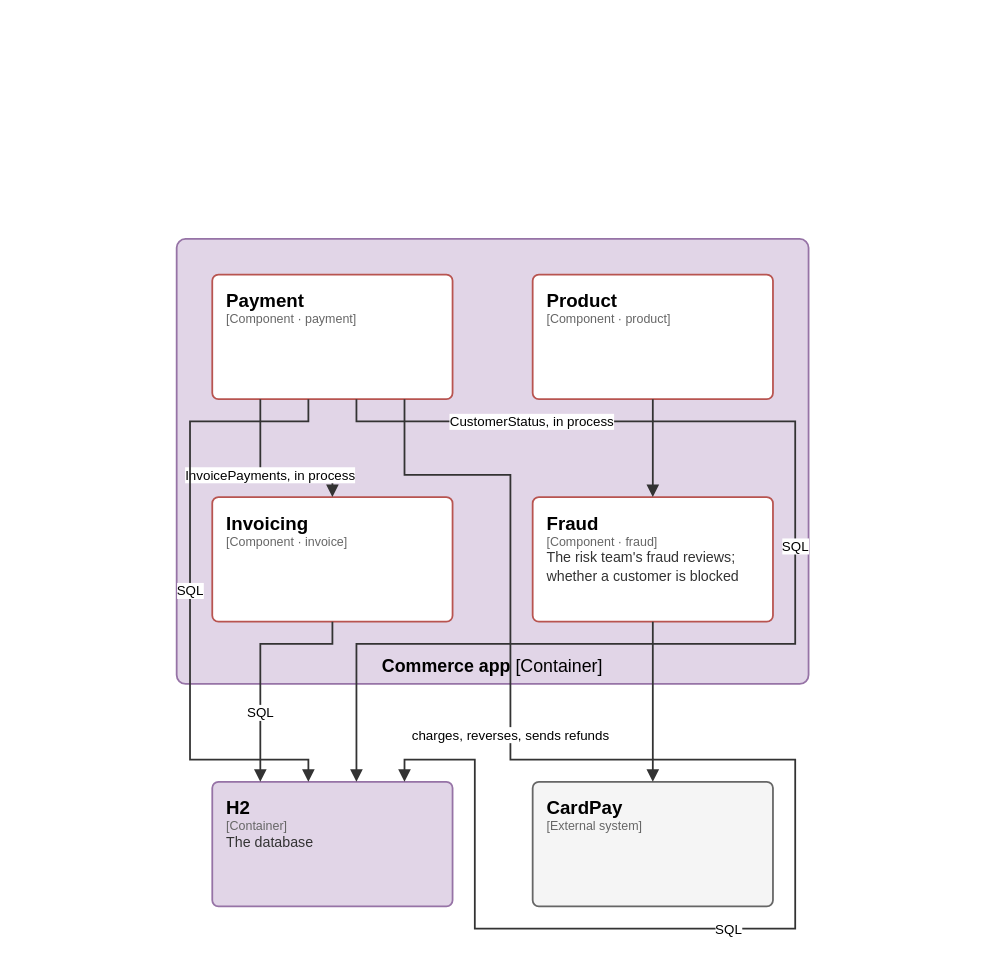
Above: page "C4 3 - Components of Commerce app" (3 of 7) of docs/architecture/c4.drawio in elie29/partition-commerce (draw.io), before the change. Source tidied: cells renumbered, new cells numbered last; positions are measured from the earlier drawing's top-left corner, leaving out a move shared by most shapes. Both pictures are drawn from the tidied source at 89%, with x=0, y=0 at pixel (176, 239).
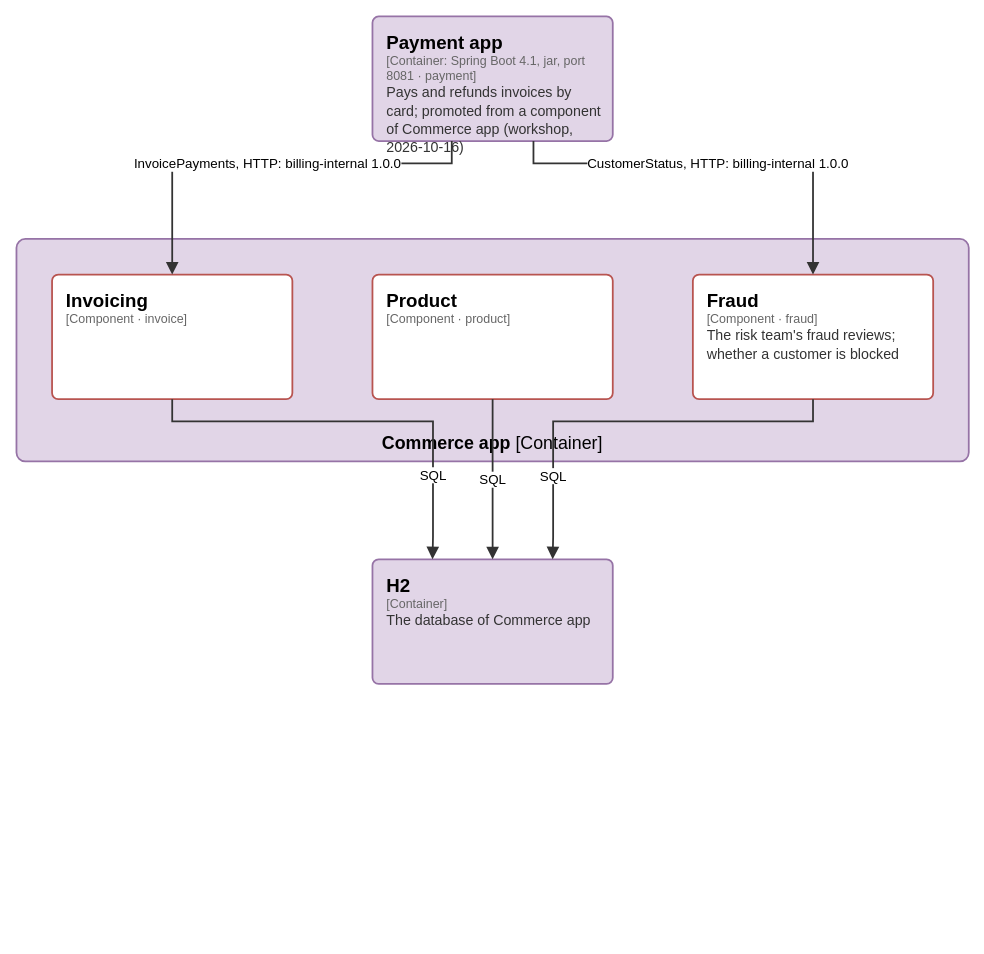
After the change.

Change to the diagram source:
```diff
@@
-    <mxCell id="2" value="&lt;b&gt;Commerce app&lt;/b&gt; [Container]" style="rounded=1;absoluteArcSize=1;arcSize=20;html=1;whiteSpace=wrap;fillColor=#e1d5e7;strokeColor=#9673a6;strokeWidth=2;fontFamily=IBM Plex Sans;fontSize=20;verticalAlign=bottom;spacingTop=6;spacingBottom=6;partition=uWRdhQlmVW;" parent="1" vertex="1">
-      <mxGeometry width="710" height="500" as="geometry" />
+    <mxCell id="2" value="&lt;b&gt;Commerce app&lt;/b&gt; [Container]" style="rounded=1;absoluteArcSize=1;arcSize=20;html=1;whiteSpace=wrap;fillColor=#e1d5e7;strokeColor=#9673a6;strokeWidth=2;fontFamily=IBM Plex Sans;fontSize=20;verticalAlign=bottom;spacingTop=6;spacingBottom=6;partition=_lTjD1yYoP;" parent="1" vertex="1">
+      <mxGeometry x="-180" width="1070" height="250" as="geometry" />
     </mxCell>
-    <mxCell id="3" value="&lt;span style=&quot;font-size:21px;font-weight:600;color:#000000&quot;&gt;Invoicing&lt;/span&gt;&lt;br&gt;&lt;span style=&quot;font-family:IBM Plex Mono;font-size:14px;color:#666666&quot;&gt;[Component · invoice]&lt;/span&gt;" style="rounded=1;absoluteArcSize=1;arcSize=14;html=1;whiteSpace=wrap;fillColor=#ffffff;strokeColor=#b85450;strokeWidth=2;fontFamily=IBM Plex Sans;align=left;verticalAlign=top;spacingLeft=14;spacingRight=10;spacingTop=10;partition=y_rMypuNCB;" parent="1" vertex="1">
-      <mxGeometry x="40" y="290" width="270" height="140" as="geometry" />
+    <mxCell id="3" value="&lt;span style=&quot;font-size:21px;font-weight:600;color:#000000&quot;&gt;Invoicing&lt;/span&gt;&lt;br&gt;&lt;span style=&quot;font-family:IBM Plex Mono;font-size:14px;color:#666666&quot;&gt;[Component · invoice]&lt;/span&gt;" style="rounded=1;absoluteArcSize=1;arcSize=14;html=1;whiteSpace=wrap;fillColor=#ffffff;strokeColor=#b85450;strokeWidth=2;fontFamily=IBM Plex Sans;align=left;verticalAlign=top;spacingLeft=14;spacingRight=10;spacingTop=10;partition=MpiWCou8A7;" parent="1" vertex="1">
+      <mxGeometry x="-140" y="40" width="270" height="140" as="geometry" />
     </mxCell>
-    <mxCell id="4" value="&lt;span style=&quot;font-size:21px;font-weight:600;color:#000000&quot;&gt;Payment&lt;/span&gt;&lt;br&gt;&lt;span style=&quot;font-family:IBM Plex Mono;font-size:14px;color:#666666&quot;&gt;[Component · payment]&lt;/span&gt;" style="rounded=1;absoluteArcSize=1;arcSize=14;html=1;whiteSpace=wrap;fillColor=#ffffff;strokeColor=#b85450;strokeWidth=2;fontFamily=IBM Plex Sans;align=left;verticalAlign=top;spacingLeft=14;spacingRight=10;spacingTop=10;partition=OoiQrNIVBC;" parent="1" vertex="1">
-      <mxGeometry x="40" y="40" width="270" height="140" as="geometry" />
-    </mxCell>
-    <mxCell id="5" value="&lt;span style=&quot;font-size:21px;font-weight:600;color:#000000&quot;&gt;Product&lt;/span&gt;&lt;br&gt;&lt;span style=&quot;font-family:IBM Plex Mono;font-size:14px;color:#666666&quot;&gt;[Component · product]&lt;/span&gt;" style="rounded=1;absoluteArcSize=1;arcSize=14;html=1;whiteSpace=wrap;fillColor=#ffffff;strokeColor=#b85450;strokeWidth=2;fontFamily=IBM Plex Sans;align=left;verticalAlign=top;spacingLeft=14;spacingRight=10;spacingTop=10;partition=eIuSdzb2dt;" parent="1" vertex="1">
-      <mxGeometry x="400" y="40" width="270" height="140" as="geometry" />
+    <mxCell id="5" value="&lt;span style=&quot;font-size:21px;font-weight:600;color:#000000&quot;&gt;Product&lt;/span&gt;&lt;br&gt;&lt;span style=&quot;font-family:IBM Plex Mono;font-size:14px;color:#666666&quot;&gt;[Component · product]&lt;/span&gt;" style="rounded=1;absoluteArcSize=1;arcSize=14;html=1;whiteSpace=wrap;fillColor=#ffffff;strokeColor=#b85450;strokeWidth=2;fontFamily=IBM Plex Sans;align=left;verticalAlign=top;spacingLeft=14;spacingRight=10;spacingTop=10;partition=rwtB4VHL-5;" parent="1" vertex="1">
+      <mxGeometry x="220" y="40" width="270" height="140" as="geometry" />
     </mxCell>
-    <mxCell id="6" value="&lt;span style=&quot;font-size:21px;font-weight:600;color:#000000&quot;&gt;Fraud&lt;/span&gt;&lt;br&gt;&lt;span style=&quot;font-family:IBM Plex Mono;font-size:14px;color:#666666&quot;&gt;[Component · fraud]&lt;/span&gt;&lt;br&gt;&lt;span style=&quot;font-size:16px;color:#333333;line-height:1.3&quot;&gt;The risk team&amp;#39;s fraud reviews; whether a customer is blocked&lt;/span&gt;" style="rounded=1;absoluteArcSize=1;arcSize=14;html=1;whiteSpace=wrap;fillColor=#ffffff;strokeColor=#b85450;strokeWidth=2;fontFamily=IBM Plex Sans;align=left;verticalAlign=top;spacingLeft=14;spacingRight=10;spacingTop=10;partition=90L3m2ZFFY;" parent="1" vertex="1">
-      <mxGeometry x="400" y="290" width="270" height="140" as="geometry" />
+    <mxCell id="6" value="&lt;span style=&quot;font-size:21px;font-weight:600;color:#000000&quot;&gt;Fraud&lt;/span&gt;&lt;br&gt;&lt;span style=&quot;font-family:IBM Plex Mono;font-size:14px;color:#666666&quot;&gt;[Component · fraud]&lt;/span&gt;&lt;br&gt;&lt;span style=&quot;font-size:16px;color:#333333;line-height:1.3&quot;&gt;The risk team&amp;#39;s fraud reviews; whether a customer is blocked&lt;/span&gt;" style="rounded=1;absoluteArcSize=1;arcSize=14;html=1;whiteSpace=wrap;fillColor=#ffffff;strokeColor=#b85450;strokeWidth=2;fontFamily=IBM Plex Sans;align=left;verticalAlign=top;spacingLeft=14;spacingRight=10;spacingTop=10;partition=0IPpTdDtHd;" parent="1" vertex="1">
+      <mxGeometry x="580" y="40" width="270" height="140" as="geometry" />
     </mxCell>
+    <mxCell id="4" value="&lt;span style=&quot;font-size:21px;font-weight:600;color:#000000&quot;&gt;Payment app&lt;/span&gt;&lt;br&gt;&lt;span style=&quot;font-family:IBM Plex Mono;font-size:14px;color:#666666&quot;&gt;[Container: Spring Boot 4.1, jar, port 8081 · payment]&lt;/span&gt;&lt;br&gt;&lt;span style=&quot;font-size:16px;color:#333333;line-height:1.3&quot;&gt;Pays and refunds invoices by card; promoted from a component of Commerce app (workshop, 2026-10-16)&lt;/span&gt;" style="rounded=1;absoluteArcSize=1;arcSize=14;html=1;whiteSpace=wrap;fillColor=#e1d5e7;strokeColor=#9673a6;strokeWidth=2;fontFamily=IBM Plex Sans;align=left;verticalAlign=top;spacingLeft=14;spacingRight=10;spacingTop=10;partition=MRn23t3cpB;" parent="1" vertex="1">
+      <mxGeometry x="220" y="-250" width="270" height="140" as="geometry" />
+    </mxCell>
-    <mxCell id="7" value="&lt;span style=&quot;font-size:21px;font-weight:600;color:#000000&quot;&gt;H2&lt;/span&gt;&lt;br&gt;&lt;span style=&quot;font-family:IBM Plex Mono;font-size:14px;color:#666666&quot;&gt;[Container]&lt;/span&gt;&lt;br&gt;&lt;span style=&quot;font-size:16px;color:#333333;line-height:1.3&quot;&gt;The database&lt;/span&gt;" style="rounded=1;absoluteArcSize=1;arcSize=14;html=1;whiteSpace=wrap;fillColor=#e1d5e7;strokeColor=#9673a6;strokeWidth=2;fontFamily=IBM Plex Sans;align=left;verticalAlign=top;spacingLeft=14;spacingRight=10;spacingTop=10;partition=VhqOdWhMpS;" parent="1" vertex="1">
-      <mxGeometry x="40" y="610" width="270" height="140" as="geometry" />
+    <mxCell id="7" value="&lt;span style=&quot;font-size:21px;font-weight:600;color:#000000&quot;&gt;H2&lt;/span&gt;&lt;br&gt;&lt;span style=&quot;font-family:IBM Plex Mono;font-size:14px;color:#666666&quot;&gt;[Container]&lt;/span&gt;&lt;br&gt;&lt;span style=&quot;font-size:16px;color:#333333;line-height:1.3&quot;&gt;The database of Commerce app&lt;/span&gt;" style="rounded=1;absoluteArcSize=1;arcSize=14;html=1;whiteSpace=wrap;fillColor=#e1d5e7;strokeColor=#9673a6;strokeWidth=2;fontFamily=IBM Plex Sans;align=left;verticalAlign=top;spacingLeft=14;spacingRight=10;spacingTop=10;partition=13Sho7YGLN;" parent="1" vertex="1">
+      <mxGeometry x="220" y="360" width="270" height="140" as="geometry" />
     </mxCell>
-    <mxCell id="8" value="&lt;span style=&quot;font-size:21px;font-weight:600;color:#000000&quot;&gt;CardPay&lt;/span&gt;&lt;br&gt;&lt;span style=&quot;font-family:IBM Plex Mono;font-size:14px;color:#666666&quot;&gt;[External system]&lt;/span&gt;" style="rounded=1;absoluteArcSize=1;arcSize=14;html=1;whiteSpace=wrap;fillColor=#f5f5f5;strokeColor=#666666;strokeWidth=2;fontFamily=IBM Plex Sans;align=left;verticalAlign=top;spacingLeft=14;spacingRight=10;spacingTop=10;partition=R1m1i5lw6r;" parent="1" vertex="1">
-      <mxGeometry x="400" y="610" width="270" height="140" as="geometry" />
-    </mxCell>
-    <mxCell id="9" value="SQL" style="edgeStyle=orthogonalEdgeStyle;rounded=0;html=1;endArrow=block;endFill=1;endSize=9;strokeColor=#333333;strokeWidth=2;fontFamily=IBM Plex Sans;fontSize=15;fontColor=#000000;labelBackgroundColor=#FFFFFF;spacing=3;exitX=0.5;exitY=1;exitPerimeter=0;entryX=0.2;entryY=0;entryPerimeter=0;partition=9aQyXl220X;" parent="1" edge="1" source="3" target="7">
-      <mxGeometry x="0.4" relative="1" as="geometry">
+    <mxCell id="9" value="SQL" style="edgeStyle=orthogonalEdgeStyle;rounded=0;html=1;endArrow=block;endFill=1;endSize=9;strokeColor=#333333;strokeWidth=2;fontFamily=IBM Plex Sans;fontSize=15;fontColor=#000000;labelBackgroundColor=#FFFFFF;spacing=3;exitX=0.5;exitY=1;exitPerimeter=0;entryX=0.25;entryY=0;entryPerimeter=0;partition=tkUNssPyV3;" parent="1" edge="1" source="3" target="7">
+      <mxGeometry x="0.6" relative="1" as="geometry">
         <Array as="points">
-          <mxPoint x="175" y="455" />
-          <mxPoint x="94" y="455" />
-          <mxPoint x="94" y="585" />
+          <mxPoint x="-5" y="205" />
+          <mxPoint x="288" y="205" />
+          <mxPoint x="288" y="335" />
         </Array>
       </mxGeometry>
     </mxCell>
-    <mxCell id="10" value="InvoicePayments, in process" style="edgeStyle=orthogonalEdgeStyle;rounded=0;html=1;endArrow=block;endFill=1;endSize=9;strokeColor=#333333;strokeWidth=2;fontFamily=IBM Plex Sans;fontSize=15;fontColor=#000000;labelBackgroundColor=#FFFFFF;spacing=3;exitX=0.2;exitY=1;exitPerimeter=0;entryX=0.5;entryY=0;entryPerimeter=0;partition=kpHkQbIoGy;" parent="1" edge="1" source="4" target="3">
+    <mxCell id="10" value="InvoicePayments, HTTP: billing-internal 1.0.0" style="edgeStyle=orthogonalEdgeStyle;rounded=0;html=1;endArrow=block;endFill=1;endSize=9;strokeColor=#333333;strokeWidth=2;fontFamily=IBM Plex Sans;fontSize=15;fontColor=#000000;labelBackgroundColor=#FFFFFF;spacing=3;exitX=0.33;exitY=1;exitPerimeter=0;entryX=0.5;entryY=0;entryPerimeter=0;partition=KgScnzKLO7;" parent="1" edge="1" source="4" target="3">
       <mxGeometry relative="1" as="geometry">
         <Array as="points">
-          <mxPoint x="94" y="205" />
-          <mxPoint x="94" y="265" />
-          <mxPoint x="175" y="265" />
+          <mxPoint x="309" y="-85" />
+          <mxPoint x="-5" y="-85" />
+          <mxPoint x="-5" y="15" />
         </Array>
       </mxGeometry>
     </mxCell>
-    <mxCell id="11" value="CustomerStatus, in process" style="edgeStyle=orthogonalEdgeStyle;rounded=0;html=1;endArrow=block;endFill=1;endSize=9;strokeColor=#333333;strokeWidth=2;fontFamily=IBM Plex Sans;fontSize=15;fontColor=#000000;labelBackgroundColor=#FFFFFF;spacing=3;exitX=0.6;exitY=1;exitPerimeter=0;entryX=0.5;entryY=0;entryPerimeter=0;partition=LIbh-mXxbJ;" parent="1" edge="1" source="4" target="6">
+    <mxCell id="11" value="CustomerStatus, HTTP: billing-internal 1.0.0" style="edgeStyle=orthogonalEdgeStyle;rounded=0;html=1;endArrow=block;endFill=1;endSize=9;strokeColor=#333333;strokeWidth=2;fontFamily=IBM Plex Sans;fontSize=15;fontColor=#000000;labelBackgroundColor=#FFFFFF;spacing=3;exitX=0.67;exitY=1;exitPerimeter=0;entryX=0.5;entryY=0;entryPerimeter=0;partition=HHNuhuBXGj;" parent="1" edge="1" source="4" target="6">
       <mxGeometry relative="1" as="geometry">
         <Array as="points">
-          <mxPoint x="202" y="205" />
-          <mxPoint x="535" y="205" />
-          <mxPoint x="535" y="265" />
+          <mxPoint x="401" y="-85" />
+          <mxPoint x="715" y="-85" />
+          <mxPoint x="715" y="15" />
         </Array>
       </mxGeometry>
     </mxCell>
-    <mxCell id="12" value="SQL" style="edgeStyle=orthogonalEdgeStyle;rounded=0;html=1;endArrow=block;endFill=1;endSize=9;strokeColor=#333333;strokeWidth=2;fontFamily=IBM Plex Sans;fontSize=15;fontColor=#000000;labelBackgroundColor=#FFFFFF;spacing=3;exitX=0.4;exitY=1;exitPerimeter=0;entryX=0.4;entryY=0;entryPerimeter=0;partition=UCBDhX2c63;" parent="1" edge="1" source="4" target="7">
-      <mxGeometry relative="1" as="geometry">
-        <Array as="points">
-          <mxPoint x="148" y="205" />
-          <mxPoint x="15" y="205" />
-          <mxPoint x="15" y="585" />
-          <mxPoint x="148" y="585" />
-        </Array>
-      </mxGeometry>
-    </mxCell>
-    <mxCell id="13" value="charges, reverses, sends refunds" style="edgeStyle=orthogonalEdgeStyle;rounded=0;html=1;endArrow=block;endFill=1;endSize=9;strokeColor=#333333;strokeWidth=2;fontFamily=IBM Plex Sans;fontSize=15;fontColor=#000000;labelBackgroundColor=#FFFFFF;spacing=3;exitX=0.8;exitY=1;exitPerimeter=0;entryX=0.5;entryY=0;entryPerimeter=0;partition=QPsIeiTHUH;" parent="1" edge="1" source="4" target="8">
-      <mxGeometry x="0.4" relative="1" as="geometry">
-        <Array as="points">
-          <mxPoint x="256" y="205" />
-          <mxPoint x="256" y="265" />
-          <mxPoint x="375" y="265" />
-          <mxPoint x="375" y="585" />
-          <mxPoint x="535" y="585" />
-        </Array>
-      </mxGeometry>
-    </mxCell>
-    <mxCell id="14" value="SQL" style="edgeStyle=orthogonalEdgeStyle;rounded=0;html=1;endArrow=block;endFill=1;endSize=9;strokeColor=#333333;strokeWidth=2;fontFamily=IBM Plex Sans;fontSize=15;fontColor=#000000;labelBackgroundColor=#FFFFFF;spacing=3;exitX=0.5;exitY=1;exitPerimeter=0;entryX=0.6;entryY=0;entryPerimeter=0;partition=MuBvWgFryY;" parent="1" edge="1" source="5" target="7">
-      <mxGeometry x="-0.4" relative="1" as="geometry">
+    <mxCell id="14" value="SQL" style="edgeStyle=orthogonalEdgeStyle;rounded=0;html=1;endArrow=block;endFill=1;endSize=9;strokeColor=#333333;strokeWidth=2;fontFamily=IBM Plex Sans;fontSize=15;fontColor=#000000;labelBackgroundColor=#FFFFFF;spacing=3;exitX=0.5;exitY=1;exitPerimeter=0;entryX=0.5;entryY=0;entryPerimeter=0;partition=PUCA01ByUo;" parent="1" edge="1" source="5" target="7">
+      <mxGeometry relative="1" as="geometry">
         <Array as="points">
-          <mxPoint x="535" y="205" />
-          <mxPoint x="695" y="205" />
-          <mxPoint x="695" y="455" />
-          <mxPoint x="202" y="455" />
-          <mxPoint x="202" y="585" />
+          <mxPoint x="355" y="205" />
+          <mxPoint x="355" y="335" />
         </Array>
       </mxGeometry>
     </mxCell>
-    <mxCell id="15" value="SQL" style="edgeStyle=orthogonalEdgeStyle;rounded=0;html=1;endArrow=block;endFill=1;endSize=9;strokeColor=#333333;strokeWidth=2;fontFamily=IBM Plex Sans;fontSize=15;fontColor=#000000;labelBackgroundColor=#FFFFFF;spacing=3;exitX=0.5;exitY=1;exitPerimeter=0;entryX=0.8;entryY=0;entryPerimeter=0;partition=g0Cr_efIdX;" parent="1" edge="1" source="6" target="7">
-      <mxGeometry relative="1" as="geometry">
+    <mxCell id="15" value="SQL" style="edgeStyle=orthogonalEdgeStyle;rounded=0;html=1;endArrow=block;endFill=1;endSize=9;strokeColor=#333333;strokeWidth=2;fontFamily=IBM Plex Sans;fontSize=15;fontColor=#000000;labelBackgroundColor=#FFFFFF;spacing=3;exitX=0.5;exitY=1;exitPerimeter=0;entryX=0.75;entryY=0;entryPerimeter=0;partition=uCH1s6D3OO;" parent="1" edge="1" source="6" target="7">
+      <mxGeometry x="0.6" relative="1" as="geometry">
         <Array as="points">
-          <mxPoint x="535" y="455" />
-          <mxPoint x="535" y="585" />
-          <mxPoint x="695" y="585" />
-          <mxPoint x="695" y="775" />
-          <mxPoint x="335" y="775" />
-          <mxPoint x="335" y="585" />
-          <mxPoint x="256" y="585" />
+          <mxPoint x="715" y="205" />
+          <mxPoint x="423" y="205" />
+          <mxPoint x="423" y="335" />
         </Array>
       </mxGeometry>
     </mxCell>
```
